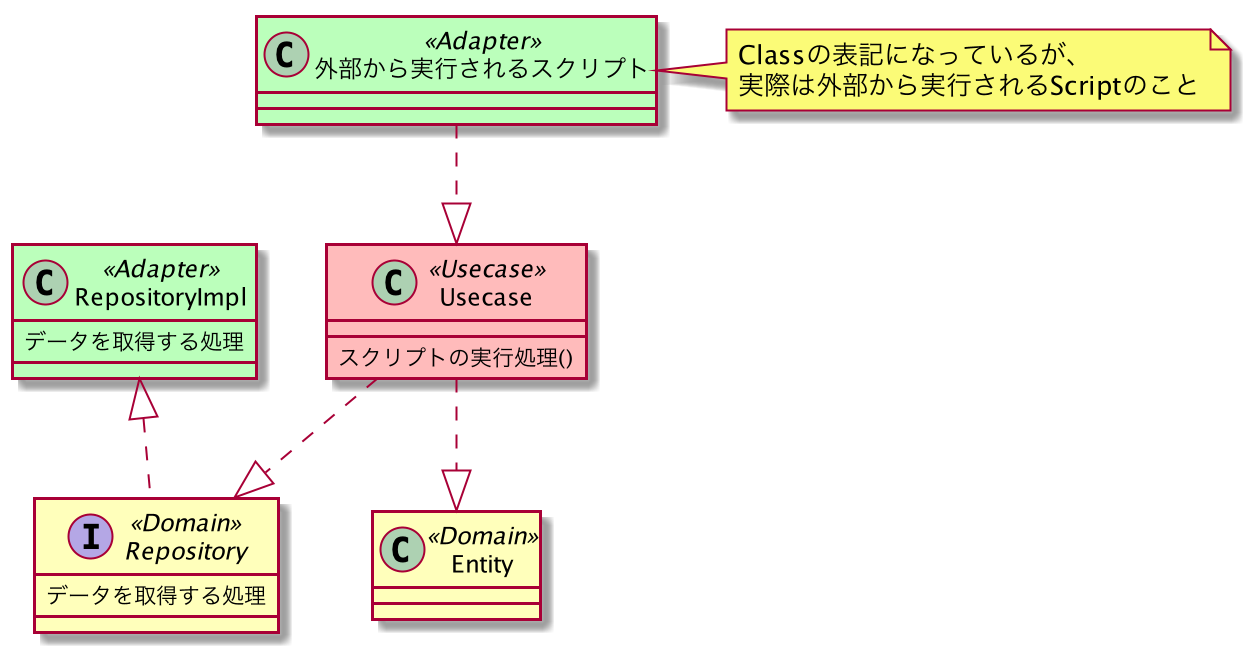
Above: question1/document/arch.png in mk2taiga/dely-test (PlantUML), before the change. Its source is kept beside it as question1/document/arch.puml.
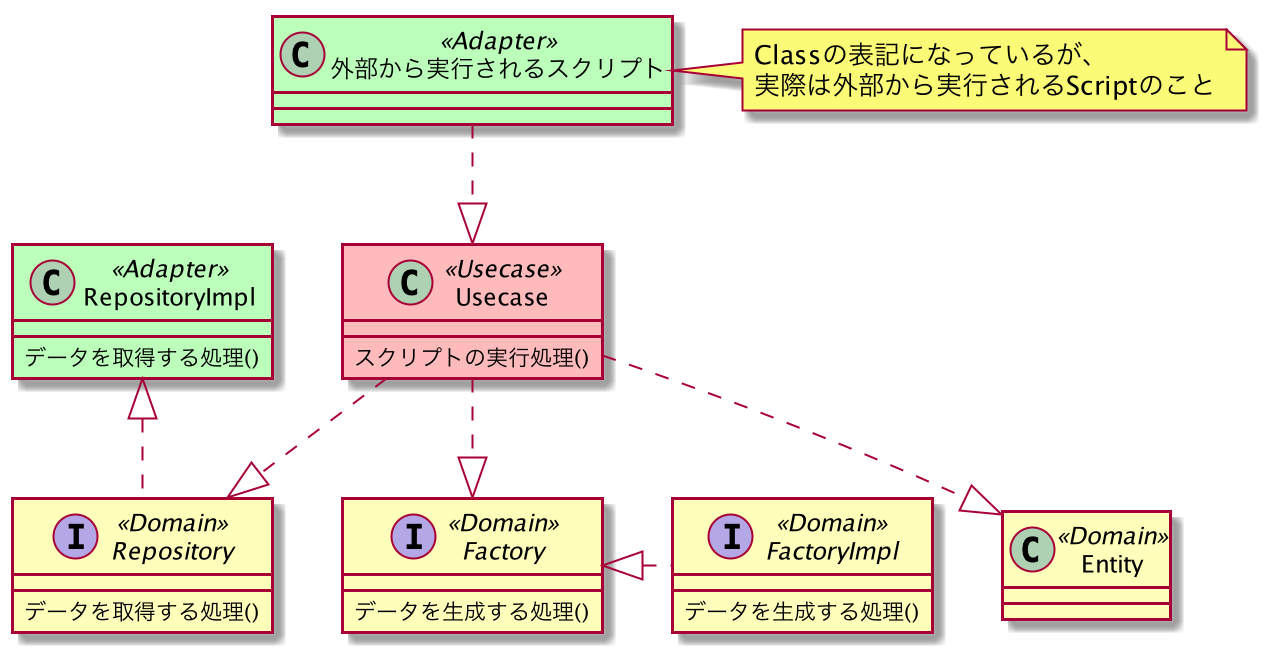
After the commit.

Commit message:
基本設計を修正

Change to the diagram source:
```diff
@@ -11,7 +11,7 @@
 note right : Classの表記になっているが、\n実際は外部から実行されるScriptのこと
 
 class RepositoryImpl <<Adapter>> {
-    データを取得する処理
+    データを取得する処理()
 }
 
 class Usecase <<Usecase>> {
@@ -19,15 +19,25 @@
 }
 
 interface Repository <<Domain>> {
-    データを取得する処理
+    データを取得する処理()
 }
 
 class Entity <<Domain>> {
 }
 
+interface Factory <<Domain>> {
+    データを生成する処理()
+}
+
+interface FactoryImpl <<Domain>> {
+    データを生成する処理()
+}
+
 外部から実行されるスクリプト .down.|> Usecase
 Repository .up.|> RepositoryImpl
 Usecase .down.|> Repository
+Usecase .down.|> Factory
+FactoryImpl .left.|>Factory
 Usecase .down.|> Entity
 
 @enduml
```
